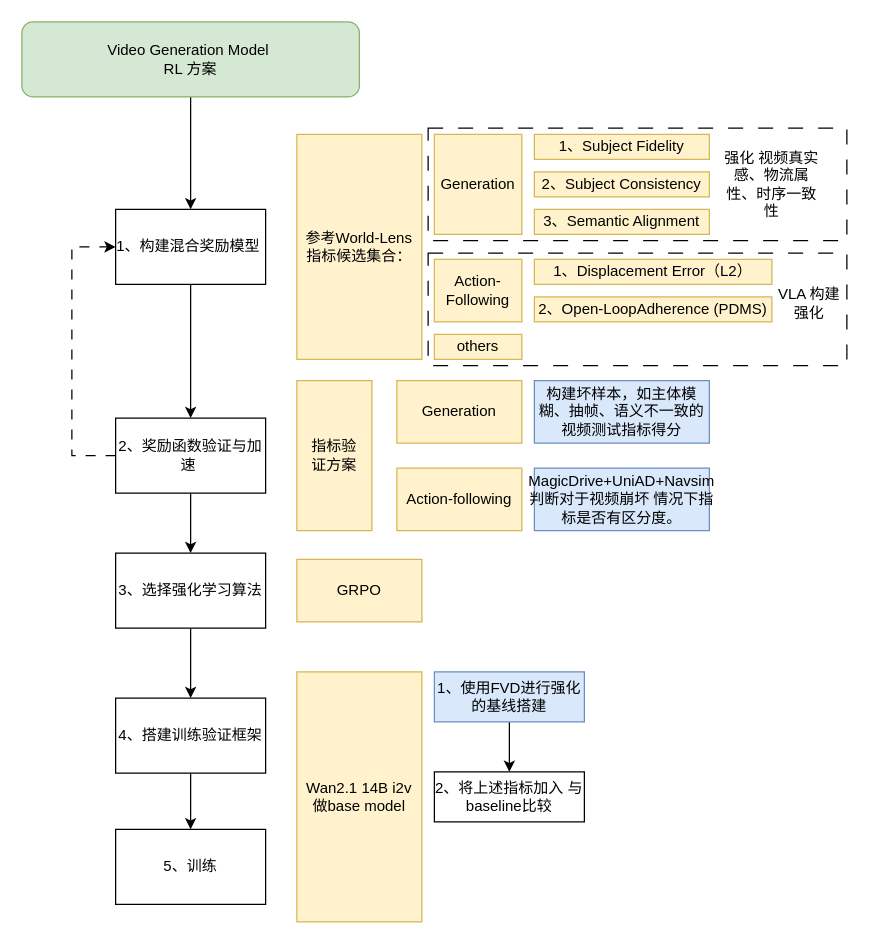
The draw.io diagram 未命名绘图.drawio in NinoNeumann/drawio_projects, before the edit. Source tidied: cells renumbered, new cells numbered last; positions are measured from the earlier drawing's top-left corner, leaving out a move shared by most shapes. Both pictures are drawn from the tidied source at 125%, with x=0, y=0 at pixel (21, 21).
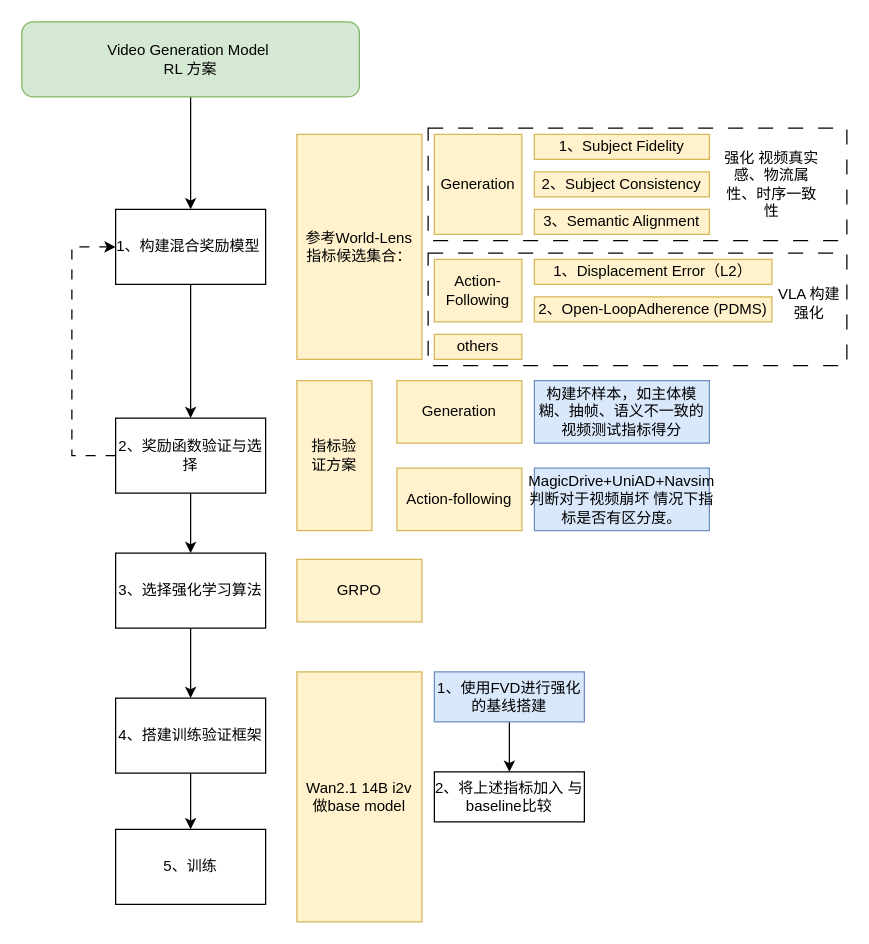
After the change.

Commit message:
更新未命名绘图.drawio

Diff of the diagram source:
```diff
@@
-    <mxCell id="11" value="2、奖励函数验证与加速&amp;nbsp;" style="rounded=0;whiteSpace=wrap;html=1;" parent="1" vertex="1">
+    <mxCell id="11" value="2、奖励函数验证与选择" style="rounded=0;whiteSpace=wrap;html=1;" parent="1" vertex="1">
       <mxGeometry x="75" y="317" width="120" height="60" as="geometry" />
     </mxCell>
```
